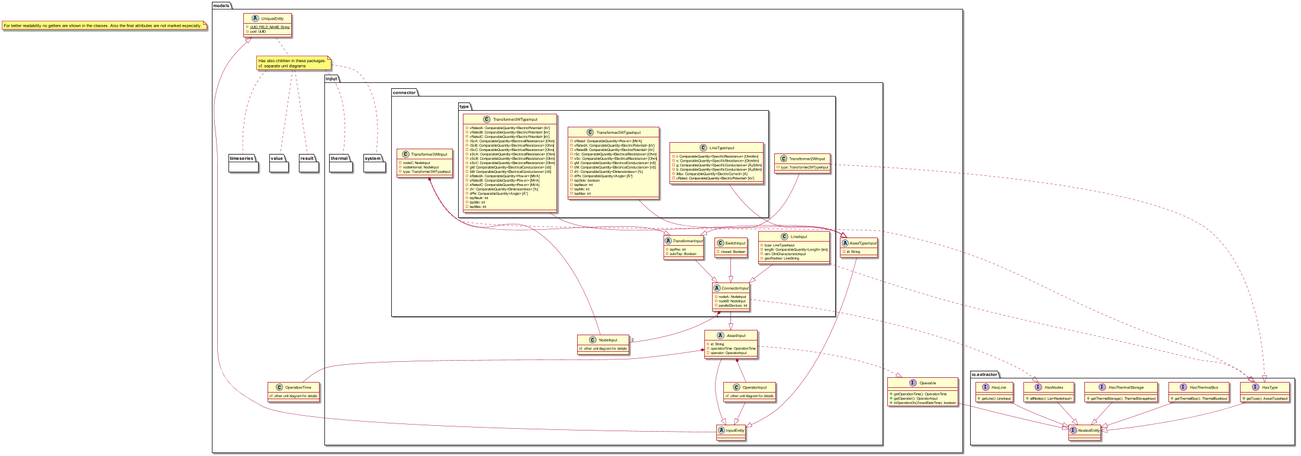
Before: docs/readthedocs/_static/figures/uml/ConnectorDatamodelConcept.png, a diagram exported from PlantUML (ie3-institute/PowerSystemDataModel).
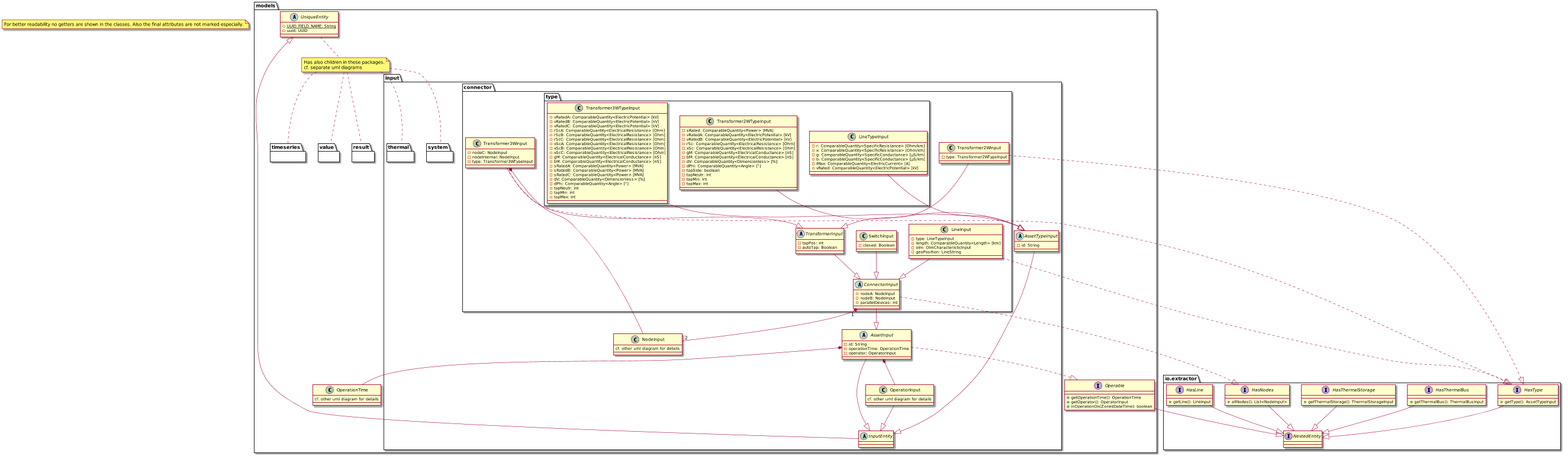
The same diagram one commit later.

Change to the diagram source:
```diff
@@ -94,8 +94,8 @@
                 class LineTypeInput {
                     - r: ComparableQuantity<SpecificResistance> [Ohm/km]
                     - x: ComparableQuantity<SpecificResistance> [Ohm/km]
-                    - g: ComparableQuantity<SpecificConductance> [ÂµS/km]
-                    - b: ComparableQuantity<SpecificConductance> [ÂµS/km]
+                    - g: ComparableQuantity<SpecificConductance> [µS/km]
+                    - b: ComparableQuantity<SpecificConductance> [µS/km]
                     - iMax: ComparableQuantity<ElectricCurrent> [A]
                     - vRated: ComparableQuantity<ElectricPotential> [kV]
                 }
@@ -110,7 +110,7 @@
                     - gM: ComparableQuantity<ElectricalConductance> [nS]
                     - bM: ComparableQuantity<ElectricalConductance> [nS]
                     - dV: ComparableQuantity<Dimensionless> [%]
-                    - dPhi: ComparableQuantity<Angle> [Â°]
+                    - dPhi: ComparableQuantity<Angle> [°]
                     - tapSide: boolean
                     - tapNeutr: int
                     - tapMin: int
@@ -134,7 +134,7 @@
                     - sRatedB: ComparableQuantity<Power> [MVA]
                     - sRatedC: ComparableQuantity<Power> [MVA]
                     - dV: ComparableQuantity<Dimensionless> [%]
-                    - dPhi: ComparableQuantity<Angle> [Â°]
+                    - dPhi: ComparableQuantity<Angle> [°]
                     - tapNeutr: int
                     - tapMin: int
                     - tapMax: int
```
